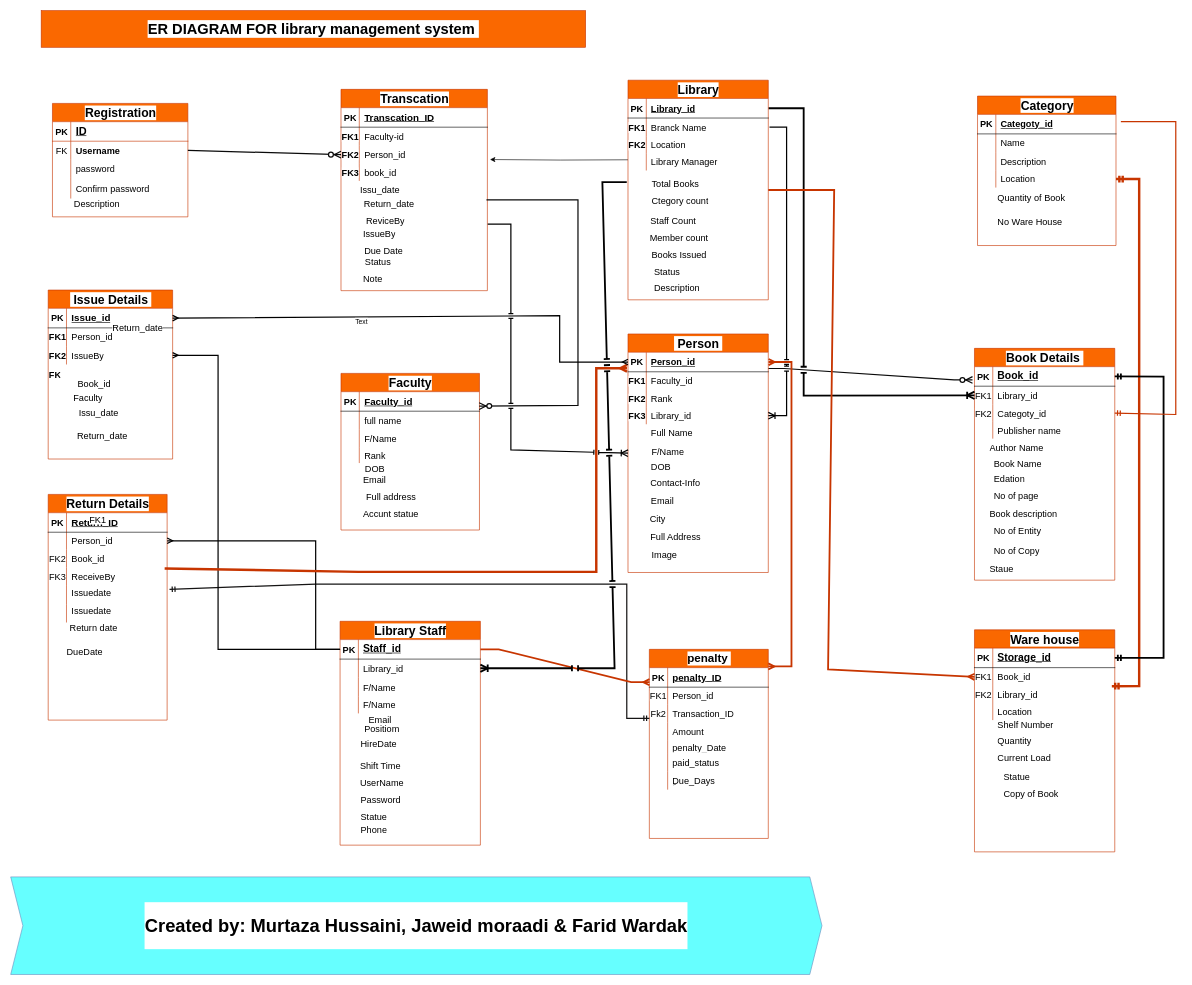
The draw.io diagram ER-Diagram-Library-management-System.drawio in hussaini021/Library_management, before the edit. Source tidied: cells renumbered, new cells numbered last; positions are measured from the earlier drawing's top-left corner, leaving out a move shared by most shapes. Both pictures are drawn from the tidied source at 61%, with x=0, y=0 at pixel (10, 10).
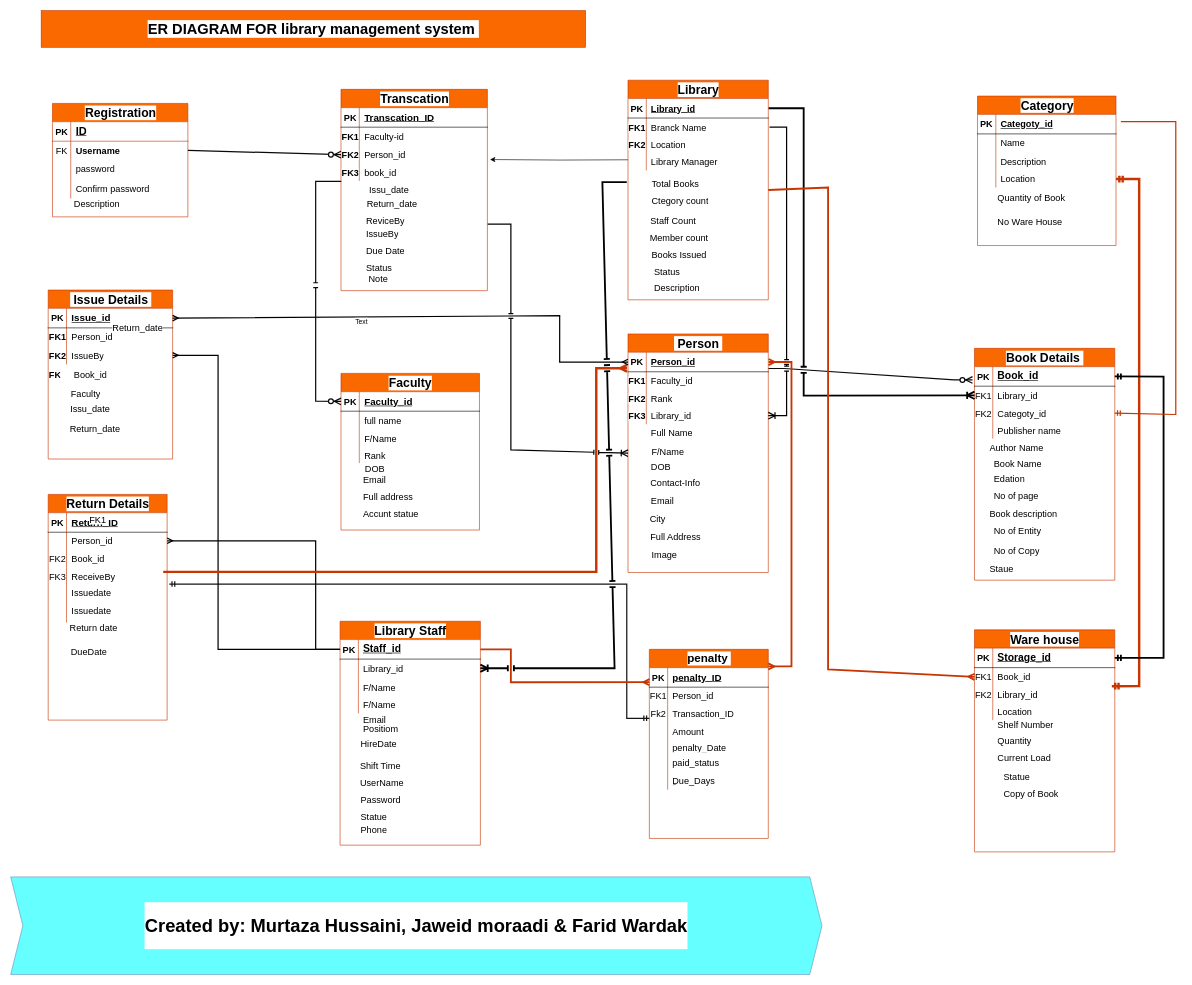
The same page after the edit.

Commit message:
the diagram arrangement

Unchanged cells that the change refers to:
```xml
<mxCell id="37" style="shape=tableRow;horizontal=0;startSize=0;swimlaneHead=0;swimlaneBody=0;fillColor=none;points=[[0,0.5],[1,0.5]];portConstraint=eastwest;top=0;left=0;right=0;bottom=1;labelBackgroundColor=#FFFFFF;swimlaneFillColor=default;strokeColor=default;fontSize=15;" parent="36" vertex="1">
  <mxGeometry y="30" width="227" height="32" as="geometry" />
</mxCell>
<mxCell id="59" style="shape=tableRow;horizontal=0;startSize=0;swimlaneHead=0;swimlaneBody=0;fillColor=none;points=[[0,0.5],[1,0.5]];portConstraint=eastwest;top=0;left=0;right=0;bottom=0;labelBackgroundColor=#FFFFFF;swimlaneFillColor=default;fontSize=15;" parent="52" vertex="1">
  <mxGeometry y="90" width="195" height="30" as="geometry" />
</mxCell>
<mxCell id="62" style="shape=tableRow;horizontal=0;startSize=0;swimlaneHead=0;swimlaneBody=0;fillColor=none;points=[[0,0.5],[1,0.5]];portConstraint=eastwest;top=0;left=0;right=0;bottom=0;labelBackgroundColor=#FFFFFF;swimlaneFillColor=default;fontSize=15;" parent="52" vertex="1">
  <mxGeometry y="120" width="195" height="30" as="geometry" />
</mxCell>
<mxCell id="65" style="shape=tableRow;horizontal=0;startSize=0;swimlaneHead=0;swimlaneBody=0;fillColor=none;points=[[0,0.5],[1,0.5]];portConstraint=eastwest;top=0;left=0;right=0;bottom=0;labelBackgroundColor=#FFFFFF;swimlaneFillColor=default;fontSize=15;" parent="52" vertex="1">
  <mxGeometry y="150" width="195" height="30" as="geometry" />
</mxCell>
<mxCell id="87" style="shape=tableRow;horizontal=0;startSize=0;swimlaneHead=0;swimlaneBody=0;fillColor=none;points=[[0,0.5],[1,0.5]];portConstraint=eastwest;top=0;left=0;right=0;bottom=1;labelBackgroundColor=#FFFFFF;fontSize=15;" parent="86" vertex="1">
  <mxGeometry y="30" width="230" height="32" as="geometry" />
</mxCell>
<mxCell id="129" style="shape=tableRow;horizontal=0;startSize=0;swimlaneHead=0;swimlaneBody=0;fillColor=none;points=[[0,0.5],[1,0.5]];portConstraint=eastwest;top=0;left=0;right=0;bottom=1;labelBackgroundColor=#FFFFFF;swimlaneFillColor=default;fontSize=15;" parent="128" vertex="1">
  <mxGeometry y="30" width="195" height="32" as="geometry" />
</mxCell>
<mxCell id="156" style="shape=tableRow;horizontal=0;startSize=0;swimlaneHead=0;swimlaneBody=0;fillColor=none;points=[[0,0.5],[1,0.5]];portConstraint=eastwest;top=0;left=0;right=0;bottom=0;labelBackgroundColor=#FFFFFF;fontSize=15;" parent="152" vertex="1">
  <mxGeometry y="62" width="230" height="30" as="geometry" />
</mxCell>
<mxCell id="172" style="shape=tableRow;horizontal=0;startSize=0;swimlaneHead=0;swimlaneBody=0;fillColor=none;points=[[0,0.5],[1,0.5]];portConstraint=eastwest;top=0;left=0;right=0;bottom=1;labelBackgroundColor=#FFFFFF;fontSize=15;" parent="171" vertex="1">
  <mxGeometry y="30" width="230" height="32" as="geometry" />
</mxCell>
<mxCell id="225" value="&lt;font style=&quot;font-size: 20px;&quot;&gt;Library&lt;/font&gt;" style="shape=table;startSize=30;childLayout=tableLayout;rowLines=0;fontStyle=1;align=center;html=1;labelBackgroundColor=#FFFFFF;swimlaneFillColor=default;fontSize=15;fillColor=#fa6800;fontColor=#000000;strokeColor=#C73500;" parent="1" vertex="1">
  <mxGeometry x="1012" y="114" width="230" height="360" as="geometry" />
</mxCell>
```

Diff of the diagram source:
```diff
@@
     <mxCell id="34" value="Issu_date" style="text;html=1;align=center;verticalAlign=middle;strokeColor=none;fillColor=none;fontFamily=Helvetica;fontSize=15;fontColor=default;horizontal=0;rotation=90;labelBackgroundColor=#FFFFFF;" parent="1" vertex="1">
-      <mxGeometry x="585" y="254" width="40" height="80" as="geometry" />
+      <mxGeometry x="600" y="254" width="40" height="80" as="geometry" />
     </mxCell>
     <mxCell id="35" value="Return_date" style="text;html=1;align=center;verticalAlign=middle;strokeColor=none;fillColor=none;fontFamily=Helvetica;fontSize=15;fontColor=default;horizontal=0;rotation=90;labelBackgroundColor=#FFFFFF;" parent="1" vertex="1">
-      <mxGeometry x="600" y="267" width="40" height="100" as="geometry" />
+      <mxGeometry x="605" y="267" width="40" height="100" as="geometry" />
     </mxCell>
@@
     <mxCell id="49" value="Full address" style="shape=partialRectangle;fillColor=none;top=0;left=0;bottom=0;right=0;align=left;spacingLeft=6;overflow=hidden;whiteSpace=wrap;html=1;labelBackgroundColor=#FFFFFF;swimlaneFillColor=default;strokeColor=default;fontSize=15;" parent="1" vertex="1">
-      <mxGeometry x="574.5" y="783.4" width="150" height="28" as="geometry" />
+      <mxGeometry x="570" y="783.4" width="150" height="28" as="geometry" />
     </mxCell>
@@
     <mxCell id="83" value="Issu_date" style="text;html=1;align=center;verticalAlign=middle;strokeColor=none;fillColor=none;fontFamily=Helvetica;fontSize=15;fontColor=default;horizontal=0;rotation=90;labelBackgroundColor=#FFFFFF;" parent="1" vertex="1">
-      <mxGeometry x="123.5" y="619" width="40" height="80" as="geometry" />
+      <mxGeometry x="110" y="611.5" width="40" height="80" as="geometry" />
     </mxCell>
     <mxCell id="84" value="Return_date" style="text;html=1;align=center;verticalAlign=middle;strokeColor=none;fillColor=none;fontFamily=Helvetica;fontSize=15;fontColor=default;horizontal=0;rotation=90;labelBackgroundColor=#FFFFFF;" parent="1" vertex="1">
-      <mxGeometry x="130" y="647" width="40" height="100" as="geometry" />
+      <mxGeometry x="118" y="635" width="40" height="100" as="geometry" />
     </mxCell>
     <mxCell id="85" value="Faculty" style="shape=partialRectangle;fillColor=none;top=0;left=0;bottom=0;right=0;align=left;spacingLeft=6;overflow=hidden;whiteSpace=wrap;html=1;labelBackgroundColor=#FFFFFF;fontSize=15;" parent="1" vertex="1">
-      <mxGeometry x="95" y="619" width="178" height="30" as="geometry" />
+      <mxGeometry x="90.5" y="611.5" width="178" height="30" as="geometry" />
     </mxCell>
@@
-    <mxCell id="126" style="fontSize=20;html=1;endArrow=ERzeroToMany;startArrow=none;rounded=0;fontFamily=Verdana;fontColor=default;horizontal=0;labelBackgroundColor=light-dark(#171616, #121212);fontStyle=1;verticalAlign=middle;labelBorderColor=default;textShadow=0;startFill=0;endSize=8;startSize=8;targetPerimeterSpacing=2;sourcePerimeterSpacing=2;strokeColor=light-dark(#0a0a0a, #ff9164);jumpStyle=line;strokeWidth=2;entryX=0.998;entryY=0.738;entryDx=0;entryDy=0;entryPerimeter=0;" parent="1" edge="1" target="37">
+    <mxCell id="126" style="fontSize=20;html=1;endArrow=ERzeroToMany;startArrow=none;rounded=0;fontFamily=Verdana;fontColor=default;horizontal=0;labelBackgroundColor=light-dark(#171616, #121212);fontStyle=1;verticalAlign=middle;labelBorderColor=default;textShadow=0;startFill=0;endSize=8;startSize=8;targetPerimeterSpacing=2;sourcePerimeterSpacing=2;strokeColor=light-dark(#0a0a0a, #ff9164);jumpStyle=line;strokeWidth=2;entryX=0;entryY=0.5;entryDx=0;entryDy=0;" parent="1" edge="1" target="37">
       <mxGeometry relative="1" as="geometry">
-        <mxPoint x="780" y="310" as="sourcePoint" />
+        <mxPoint x="542" y="280" as="sourcePoint" />
         <Array as="points">
-          <mxPoint x="930" y="310" />
-          <mxPoint x="930" y="647" />
+          <mxPoint x="500" y="280" />
+          <mxPoint x="500" y="640" />
         </Array>
       </mxGeometry>
     </mxCell>
@@
-    <mxCell id="150" style="fontSize=12;html=1;endArrow=ERmandOne;startArrow=ERmandOne;rounded=0;strokeWidth=2;strokeColor=light-dark(#151414, #FF9164);exitX=1.02;exitY=0.188;exitDx=0;exitDy=0;exitPerimeter=0;" parent="1" edge="1" source="65">
+    <mxCell id="150" style="fontSize=12;html=1;endArrow=ERmandOne;startArrow=ERmandOne;rounded=0;strokeWidth=2;strokeColor=light-dark(#151414, #FF9164);" parent="1" edge="1">
       <mxGeometry relative="1" as="geometry">
+        <mxPoint x="260" y="940" as="sourcePoint" />
         <mxPoint x="1047" y="1160" as="targetPoint" />
         <Array as="points">
           <mxPoint x="500" y="940" />
           <mxPoint x="950" y="940" />
           <mxPoint x="1010" y="940" />
           <mxPoint x="1010" y="1160" />
         </Array>
       </mxGeometry>
     </mxCell>
@@
     <mxCell id="168" value="Book_id" style="shape=partialRectangle;fillColor=none;top=0;left=0;bottom=0;right=0;align=left;spacingLeft=6;overflow=hidden;whiteSpace=wrap;html=1;labelBackgroundColor=#FFFFFF;fontSize=15;" parent="1" vertex="1">
-      <mxGeometry x="101.5" y="596" width="178" height="30" as="geometry" />
+      <mxGeometry x="95.5" y="581.5" width="178" height="30" as="geometry" />
     </mxCell>
@@
     <mxCell id="170" value="&lt;div&gt;DueDate&lt;/div&gt;" style="shape=partialRectangle;fillColor=none;top=0;left=0;bottom=0;right=0;align=left;spacingLeft=6;overflow=hidden;whiteSpace=wrap;html=1;labelBackgroundColor=#FFFFFF;swimlaneFillColor=default;fontSize=15;" parent="1" vertex="1">
-      <mxGeometry x="84" y="1040" width="150" height="20" as="geometry" />
+      <mxGeometry x="90.5" y="1040" width="150" height="20" as="geometry" />
     </mxCell>
@@
     <mxCell id="184" value="Email" style="shape=partialRectangle;fillColor=none;top=0;left=0;bottom=0;right=0;align=left;spacingLeft=6;overflow=hidden;whiteSpace=wrap;html=1;labelBackgroundColor=#FFFFFF;fontSize=15;" parent="1" vertex="1">
-      <mxGeometry x="578.5" y="1148" width="178" height="28" as="geometry" />
+      <mxGeometry x="570" y="1148" width="178" height="28" as="geometry" />
     </mxCell>
     <mxCell id="185" value="Positiom" style="shape=partialRectangle;fillColor=none;top=0;left=0;bottom=0;right=0;align=left;spacingLeft=6;overflow=hidden;whiteSpace=wrap;html=1;labelBackgroundColor=#FFFFFF;fontSize=15;" parent="1" vertex="1">
-      <mxGeometry x="571.5" y="1163" width="178" height="28" as="geometry" />
+      <mxGeometry x="570" y="1163" width="178" height="28" as="geometry" />
     </mxCell>
@@
-    <mxCell id="198" style="edgeStyle=entityRelationEdgeStyle;fontSize=12;html=1;endArrow=ERmany;rounded=0;entryX=0.001;entryY=0.744;entryDx=0;entryDy=0;entryPerimeter=0;exitX=1;exitY=0.5;exitDx=0;exitDy=0;strokeWidth=3;fillColor=#fa6800;strokeColor=#C73500;" parent="1" edge="1" source="172" target="129">
-      <mxGeometry relative="1" as="geometry" />
+    <mxCell id="198" style="fontSize=12;html=1;endArrow=ERmany;rounded=0;entryX=0.001;entryY=0.744;entryDx=0;entryDy=0;entryPerimeter=0;exitX=1;exitY=0.5;exitDx=0;exitDy=0;strokeWidth=3;fillColor=#fa6800;strokeColor=#C73500;" parent="1" edge="1" source="172" target="129">
+      <mxGeometry relative="1" as="geometry">
+        <Array as="points">
+          <mxPoint x="820" y="1047" />
+          <mxPoint x="820" y="1101" />
+        </Array>
+      </mxGeometry>
     </mxCell>
@@
     <mxCell id="201" value="IssueBy" style="shape=partialRectangle;fillColor=none;top=0;left=0;bottom=0;right=0;align=left;spacingLeft=6;overflow=hidden;whiteSpace=wrap;html=1;labelBackgroundColor=#FFFFFF;swimlaneFillColor=default;strokeColor=default;fontSize=15;" parent="1" vertex="1">
-      <mxGeometry x="570" y="352" width="150" height="28" as="geometry" />
+      <mxGeometry x="574.5" y="352" width="150" height="28" as="geometry" />
     </mxCell>
     <mxCell id="202" value="Due Date" style="shape=partialRectangle;fillColor=none;top=0;left=0;bottom=0;right=0;align=left;spacingLeft=6;overflow=hidden;whiteSpace=wrap;html=1;labelBackgroundColor=#FFFFFF;swimlaneFillColor=default;strokeColor=default;fontSize=15;" parent="1" vertex="1">
-      <mxGeometry x="571.5" y="380" width="150" height="28" as="geometry" />
+      <mxGeometry x="574.5" y="380" width="150" height="28" as="geometry" />
     </mxCell>
     <mxCell id="203" value="Status" style="shape=partialRectangle;fillColor=none;top=0;left=0;bottom=0;right=0;align=left;spacingLeft=6;overflow=hidden;whiteSpace=wrap;html=1;labelBackgroundColor=#FFFFFF;swimlaneFillColor=default;strokeColor=default;fontSize=15;" parent="1" vertex="1">
-      <mxGeometry x="572.5" y="398" width="150" height="28" as="geometry" />
+      <mxGeometry x="574.5" y="408" width="150" height="28" as="geometry" />
     </mxCell>
     <mxCell id="204" value="Note" style="shape=partialRectangle;fillColor=none;top=0;left=0;bottom=0;right=0;align=left;spacingLeft=6;overflow=hidden;whiteSpace=wrap;html=1;labelBackgroundColor=#FFFFFF;swimlaneFillColor=default;strokeColor=default;fontSize=15;" parent="1" vertex="1">
-      <mxGeometry x="570" y="426" width="150" height="28" as="geometry" />
+      <mxGeometry x="578.5" y="426" width="150" height="28" as="geometry" />
     </mxCell>
@@
-    <mxCell id="221" style="fontSize=12;html=1;endArrow=ERmany;rounded=0;entryX=-0.007;entryY=0.822;entryDx=0;entryDy=0;strokeWidth=4;entryPerimeter=0;fillColor=#fa6800;strokeColor=#C73500;exitX=0.979;exitY=1.048;exitDx=0;exitDy=0;exitPerimeter=0;" parent="1" edge="1" source="59" target="87">
+    <mxCell id="221" style="fontSize=12;html=1;endArrow=ERmany;rounded=0;entryX=-0.007;entryY=0.822;entryDx=0;entryDy=0;strokeWidth=4;entryPerimeter=0;fillColor=#fa6800;strokeColor=#C73500;exitX=0.967;exitY=0.233;exitDx=0;exitDy=0;exitPerimeter=0;" parent="1" edge="1" source="62" target="87">
       <mxGeometry relative="1" as="geometry">
         <Array as="points">
           <mxPoint x="570" y="920" />
           <mxPoint x="960" y="920" />
           <mxPoint x="960" y="586" />
         </Array>
       </mxGeometry>
     </mxCell>
@@
     <mxCell id="254" style="fontSize=12;html=1;endArrow=ERmany;rounded=0;entryX=0;entryY=0.5;entryDx=0;entryDy=0;exitX=1;exitY=0.5;exitDx=0;exitDy=0;fillColor=#fa6800;strokeColor=#C73500;strokeWidth=3;" parent="1" edge="1" source="225" target="156">
       <mxGeometry relative="1" as="geometry">
         <Array as="points">
-          <mxPoint x="1350" y="294" />
+          <mxPoint x="1340" y="290" />
           <mxPoint x="1340" y="1080" />
         </Array>
       </mxGeometry>
     </mxCell>
```
